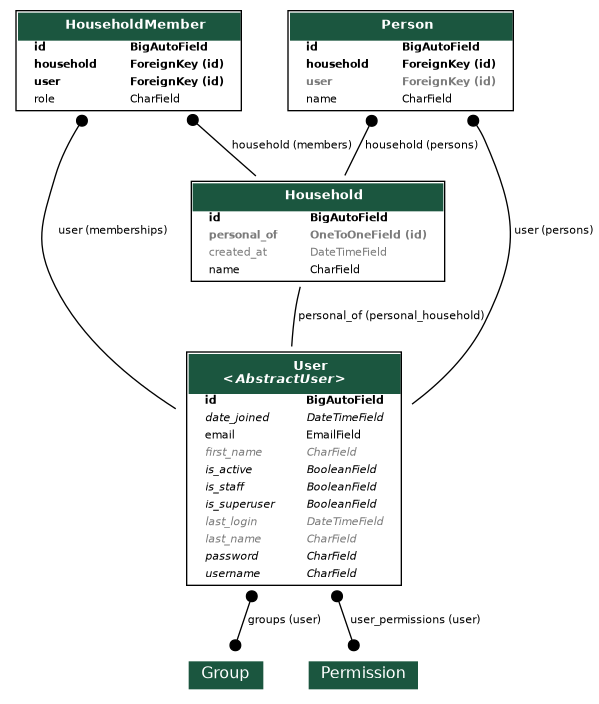
The Graphviz diagram docs/model/schema.png in AxineTeam/tout-pris-api, before a commit. Its source is kept beside it as docs/model/schema.dot.
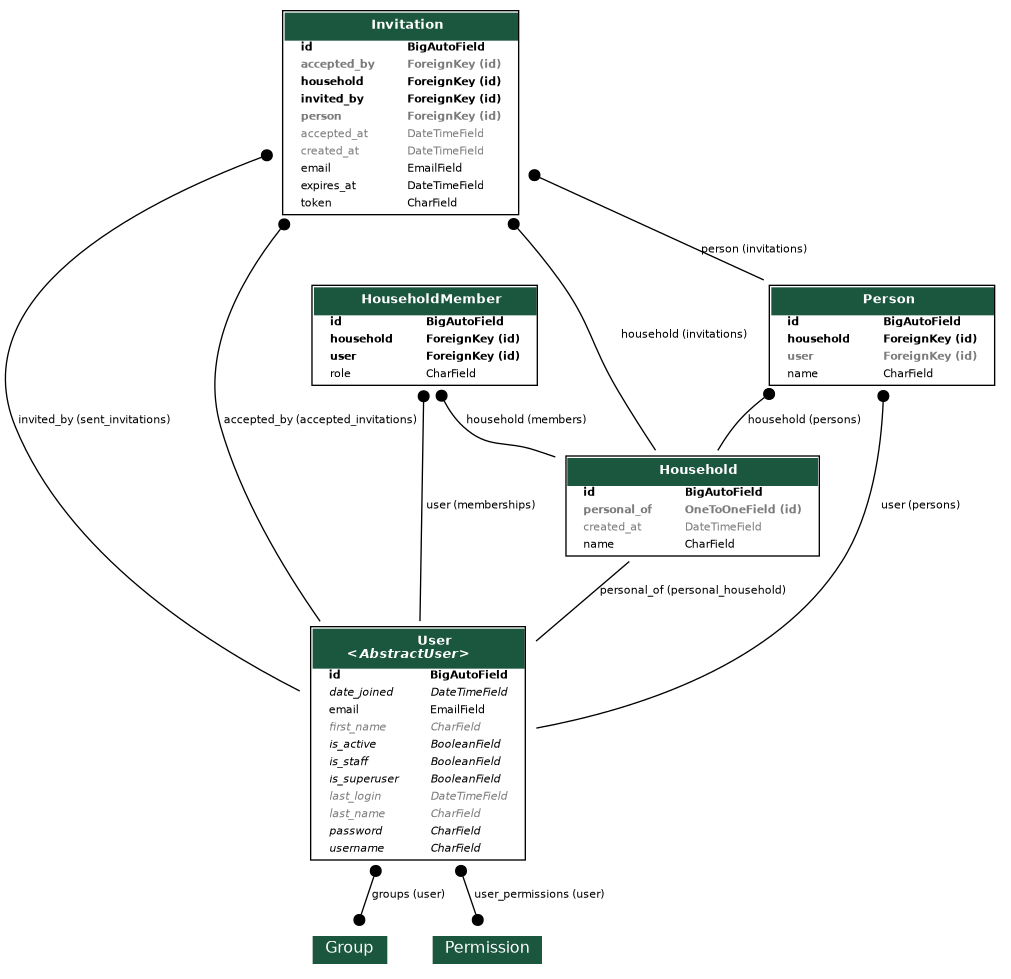
The same file after the commit.

The edit, as a diff of the source:
```diff
@@ -246,6 +246,96 @@
     </TABLE>
     >]
 
+  households_models_Invitation [label=<
+    <TABLE BGCOLOR="white" BORDER="1" CELLBORDER="0" CELLSPACING="0">
+    <TR><TD COLSPAN="2" CELLPADDING="5" ALIGN="CENTER" BGCOLOR="#1b563f">
+    <FONT FACE="Roboto" COLOR="white" POINT-SIZE="10"><B>
+    Invitation
+    </B></FONT></TD></TR>
+
+
+    <TR><TD ALIGN="LEFT" BORDER="0">
+    <FONT FACE="Roboto"><B>id</B></FONT>
+    </TD><TD ALIGN="LEFT">
+    <FONT FACE="Roboto"><B>BigAutoField</B></FONT>
+    </TD></TR>
+
+
+
+    <TR><TD ALIGN="LEFT" BORDER="0">
+    <FONT COLOR="#7B7B7B" FACE="Roboto"><B>accepted_by</B></FONT>
+    </TD><TD ALIGN="LEFT">
+    <FONT COLOR="#7B7B7B" FACE="Roboto"><B>ForeignKey (id)</B></FONT>
+    </TD></TR>
+
+
+
+    <TR><TD ALIGN="LEFT" BORDER="0">
+    <FONT FACE="Roboto"><B>household</B></FONT>
+    </TD><TD ALIGN="LEFT">
+    <FONT FACE="Roboto"><B>ForeignKey (id)</B></FONT>
+    </TD></TR>
+
+
+
+    <TR><TD ALIGN="LEFT" BORDER="0">
+    <FONT FACE="Roboto"><B>invited_by</B></FONT>
+    </TD><TD ALIGN="LEFT">
+    <FONT FACE="Roboto"><B>ForeignKey (id)</B></FONT>
+    </TD></TR>
+
+
+
+    <TR><TD ALIGN="LEFT" BORDER="0">
+    <FONT COLOR="#7B7B7B" FACE="Roboto"><B>person</B></FONT>
+    </TD><TD ALIGN="LEFT">
+    <FONT COLOR="#7B7B7B" FACE="Roboto"><B>ForeignKey (id)</B></FONT>
+    </TD></TR>
+
+
+
+    <TR><TD ALIGN="LEFT" BORDER="0">
+    <FONT COLOR="#7B7B7B" FACE="Roboto">accepted_at</FONT>
+    </TD><TD ALIGN="LEFT">
+    <FONT COLOR="#7B7B7B" FACE="Roboto">DateTimeField</FONT>
+    </TD></TR>
+
+
+
+    <TR><TD ALIGN="LEFT" BORDER="0">
+    <FONT COLOR="#7B7B7B" FACE="Roboto">created_at</FONT>
+    </TD><TD ALIGN="LEFT">
+    <FONT COLOR="#7B7B7B" FACE="Roboto">DateTimeField</FONT>
+    </TD></TR>
+
+
+
+    <TR><TD ALIGN="LEFT" BORDER="0">
+    <FONT FACE="Roboto">email</FONT>
+    </TD><TD ALIGN="LEFT">
+    <FONT FACE="Roboto">EmailField</FONT>
+    </TD></TR>
+
+
+
+    <TR><TD ALIGN="LEFT" BORDER="0">
+    <FONT FACE="Roboto">expires_at</FONT>
+    </TD><TD ALIGN="LEFT">
+    <FONT FACE="Roboto">DateTimeField</FONT>
+    </TD></TR>
+
+
+
+    <TR><TD ALIGN="LEFT" BORDER="0">
+    <FONT FACE="Roboto">token</FONT>
+    </TD><TD ALIGN="LEFT">
+    <FONT FACE="Roboto">CharField</FONT>
+    </TD></TR>
+
+
+    </TABLE>
+    >]
+
 
 
 
@@ -284,5 +374,17 @@
   households_models_Person -> accounts_models_User
   [label=" user (persons)"] [arrowhead=none, arrowtail=dot, dir=both];
 
+  households_models_Invitation -> households_models_Household
+  [label=" household (invitations)"] [arrowhead=none, arrowtail=dot, dir=both];
+
+  households_models_Invitation -> households_models_Person
+  [label=" person (invitations)"] [arrowhead=none, arrowtail=dot, dir=both];
+
+  households_models_Invitation -> accounts_models_User
+  [label=" invited_by (sent_invitations)"] [arrowhead=none, arrowtail=dot, dir=both];
+
+  households_models_Invitation -> accounts_models_User
+  [label=" accepted_by (accepted_invitations)"] [arrowhead=none, arrowtail=dot, dir=both];
+
 
 }
```
